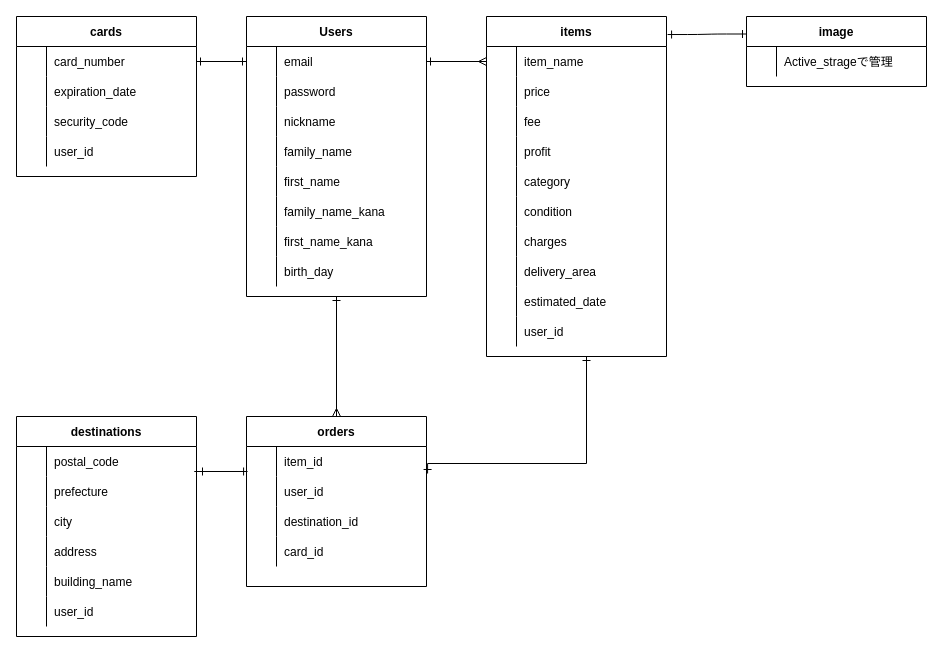
This is ER.dio from Hiromu-Sakamoto/furima-34500, a draw.io file, before an edit. Source tidied: cells renumbered, new cells numbered last; positions are measured from the earlier drawing's top-left corner, leaving out a move shared by most shapes. Both pictures are drawn from the tidied source at 100%, with x=0, y=0 at pixel (16, 16).
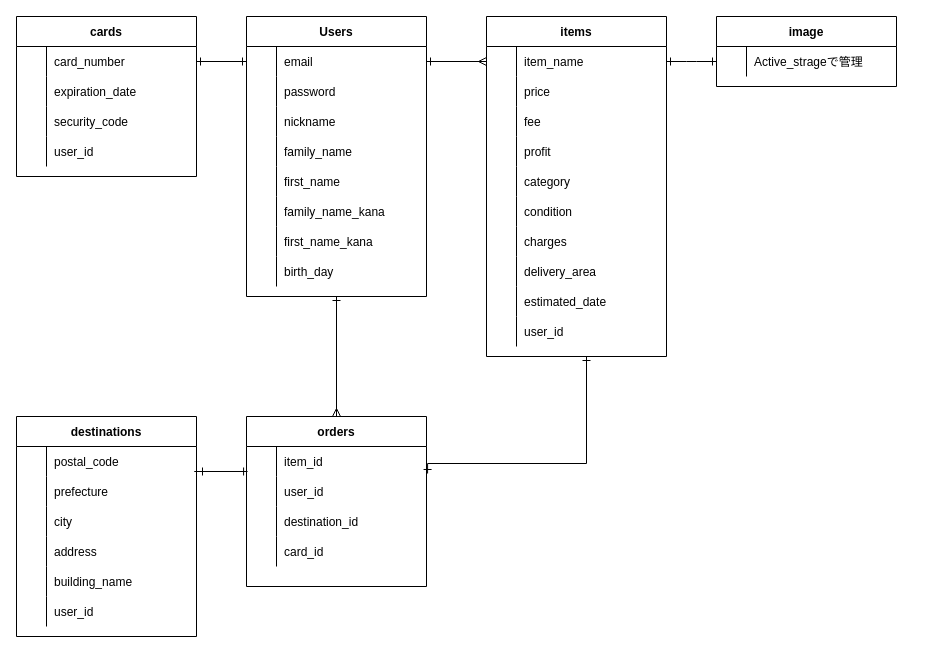
The same page after the edit.

Commit message (it also covers changes not shown here):
データベース設計_修正1回目

Unchanged cells that the change refers to:
```xml
<mxCell id="28" value="items" style="shape=table;startSize=30;childLayout=tableLayout;rowLines=0;fontStyle=1;align=center;" parent="1" vertex="1">
  <mxGeometry x="470" width="180" height="340" as="geometry" />
</mxCell>
<mxCell id="29" style="shape=partialRectangle;fillColor=none;top=0;left=0;bottom=0;right=0;points=[[0,0.5],[1,0.5]];portConstraint=eastwest;" parent="28" vertex="1">
  <mxGeometry y="30" width="180" height="30" as="geometry" />
</mxCell>
<mxCell id="60" style="shape=partialRectangle;fillColor=none;top=0;left=0;bottom=0;right=0;points=[[0,0.5],[1,0.5]];portConstraint=eastwest;" parent="59" vertex="1">
  <mxGeometry y="30" width="180" height="30" as="geometry" />
</mxCell>
```

Change to the diagram source:
```diff
@@
     <mxCell id="59" value="image" style="shape=table;startSize=30;childLayout=tableLayout;rowLines=0;fontStyle=1;align=center;" parent="1" vertex="1">
-      <mxGeometry x="730" width="180" height="70" as="geometry" />
+      <mxGeometry x="700" width="180" height="70" as="geometry" />
     </mxCell>
@@
-    <mxCell id="63" style="edgeStyle=entityRelationEdgeStyle;fontSize=12;html=1;endArrow=ERone;startArrow=ERone;entryX=0;entryY=0.25;entryDx=0;entryDy=0;exitX=1.006;exitY=0.053;exitDx=0;exitDy=0;exitPerimeter=0;startFill=0;endFill=0;" parent="1" edge="1" source="28" target="59">
+    <mxCell id="63" style="edgeStyle=entityRelationEdgeStyle;fontSize=12;html=1;endArrow=ERone;startArrow=ERone;entryX=0;entryY=0.5;entryDx=0;entryDy=0;exitX=1;exitY=0.5;exitDx=0;exitDy=0;startFill=0;endFill=0;" parent="1" edge="1" source="29" target="60">
       <mxGeometry relative="1" as="geometry" />
     </mxCell>
```
